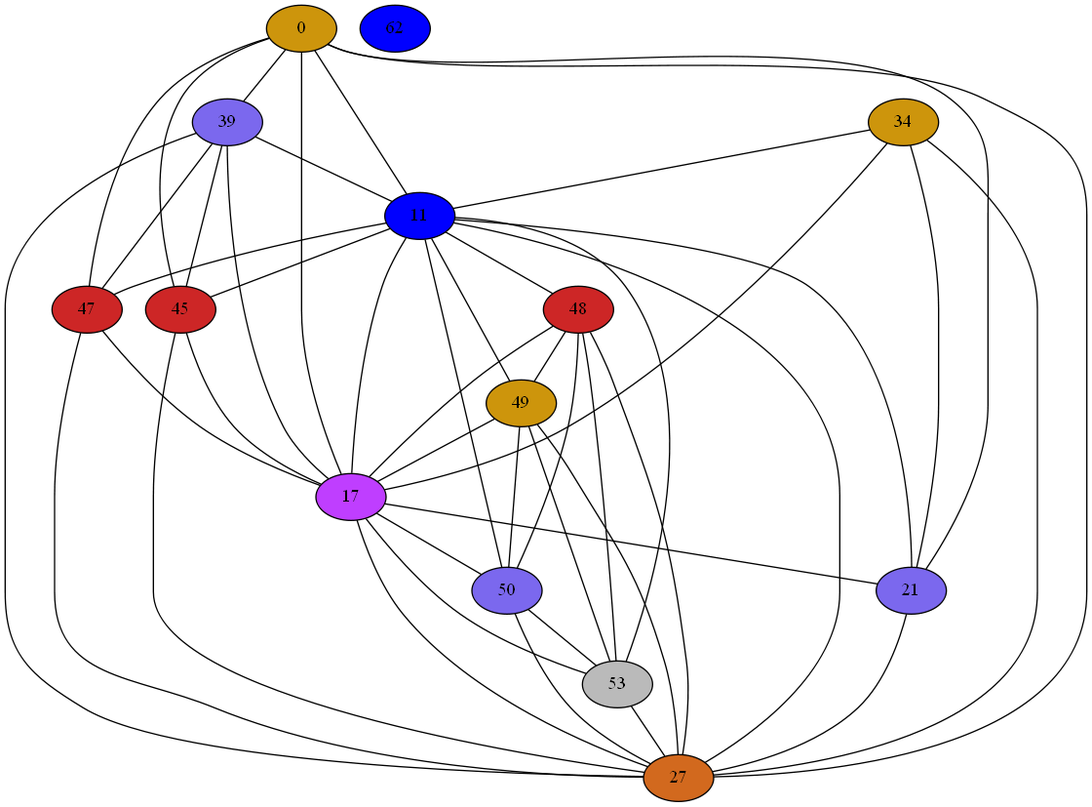
This is Compiler/18iGraph.png from mbajaj92/Project-Astoria, a Graphviz export, as it was before one commit. Its source is kept beside it as Compiler/18iGraph.dot.
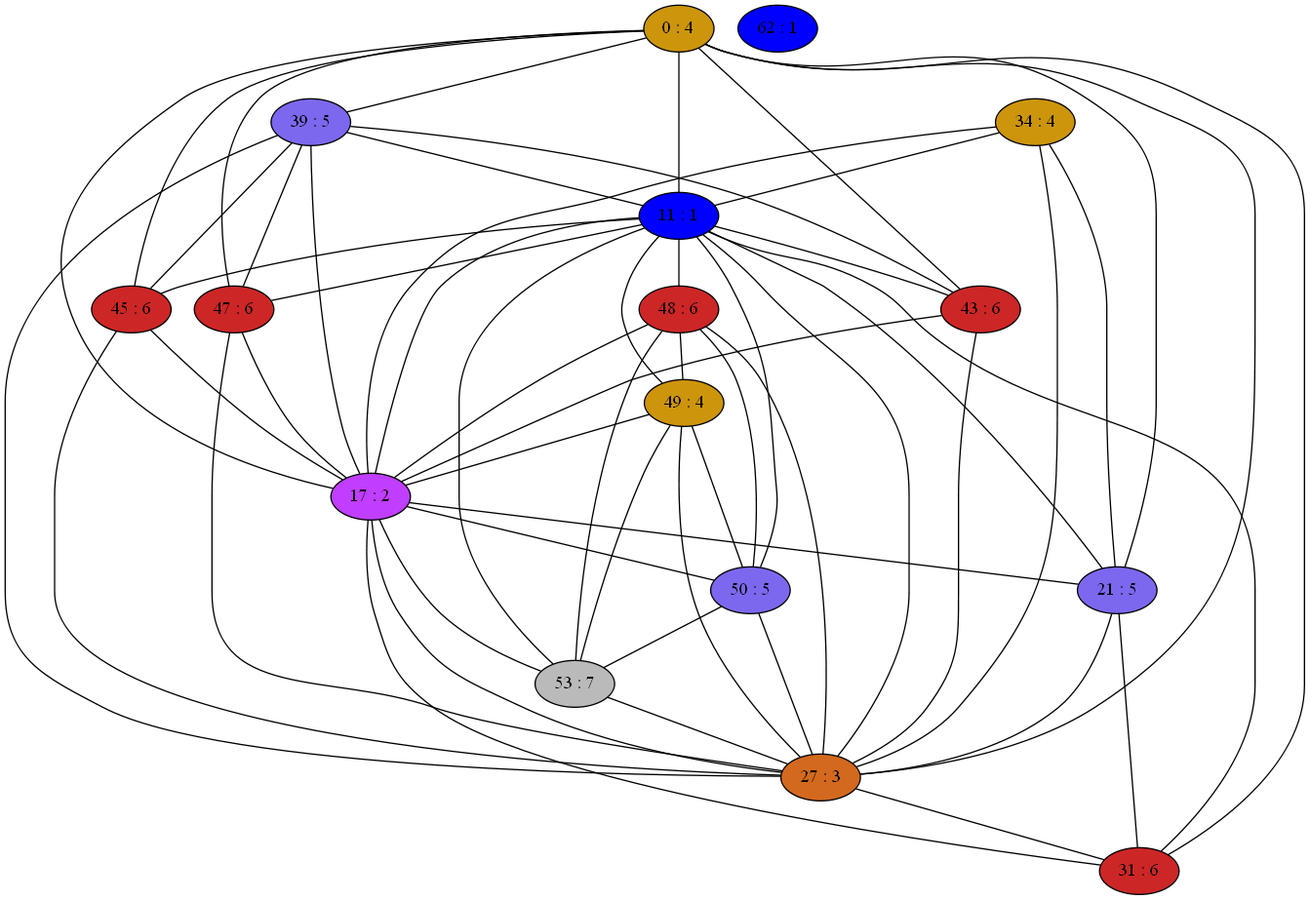
Above is the later version.

The edit, as a diff of the source:
```diff
@@ -1,108 +1,130 @@
 strict graph {
-0[label="0" style=filled fillcolor="darkgoldenrod3"];
+0[label="0 : 4" style=filled fillcolor="darkgoldenrod3"];
 0 -- 17
 0 -- 21
 0 -- 39
+0 -- 43
 0 -- 27
 0 -- 11
 0 -- 45
 0 -- 47
-34[label="34" style=filled fillcolor="darkgoldenrod3"];
+0 -- 31
+34[label="34 : 4" style=filled fillcolor="darkgoldenrod3"];
 34 -- 17
 34 -- 21
 34 -- 11
 34 -- 27
-39[label="39" style=filled fillcolor="mediumslateblue"];
+39[label="39 : 5" style=filled fillcolor="mediumslateblue"];
 39 -- 0
 39 -- 17
+39 -- 43
 39 -- 11
 39 -- 27
 39 -- 45
 39 -- 47
-11[label="11" style=filled fillcolor="blue1"];
+11[label="11 : 1" style=filled fillcolor="blue1"];
+11 -- 0
+11 -- 34
+11 -- 39
+11 -- 43
+11 -- 45
+11 -- 47
 11 -- 48
-11 -- 0
 11 -- 49
 11 -- 17
 11 -- 50
-11 -- 34
 11 -- 53
 11 -- 21
-11 -- 39
 11 -- 27
-11 -- 45
-11 -- 47
-45[label="45" style=filled fillcolor="firebrick3"];
+11 -- 31
+43[label="43 : 6" style=filled fillcolor="firebrick3"];
+43 -- 0
+43 -- 17
+43 -- 39
+43 -- 11
+43 -- 27
+45[label="45 : 6" style=filled fillcolor="firebrick3"];
 45 -- 0
 45 -- 17
 45 -- 39
 45 -- 11
 45 -- 27
-47[label="47" style=filled fillcolor="firebrick3"];
+47[label="47 : 6" style=filled fillcolor="firebrick3"];
 47 -- 0
 47 -- 17
 47 -- 39
 47 -- 11
 47 -- 27
-48[label="48" style=filled fillcolor="firebrick3"];
+48[label="48 : 6" style=filled fillcolor="firebrick3"];
 48 -- 49
 48 -- 17
 48 -- 50
 48 -- 53
 48 -- 11
 48 -- 27
-49[label="49" style=filled fillcolor="darkgoldenrod3"];
+49[label="49 : 4" style=filled fillcolor="darkgoldenrod3"];
 49 -- 48
 49 -- 17
 49 -- 50
 49 -- 53
 49 -- 11
 49 -- 27
-17[label="17" style=filled fillcolor="darkorchid1"];
-17 -- 48
+17[label="17 : 2" style=filled fillcolor="darkorchid1"];
 17 -- 0
-17 -- 49
-17 -- 50
 17 -- 34
-17 -- 53
-17 -- 21
 17 -- 39
-17 -- 27
+17 -- 43
 17 -- 11
 17 -- 45
 17 -- 47
-50[label="50" style=filled fillcolor="mediumslateblue"];
+17 -- 48
+17 -- 49
+17 -- 50
+17 -- 53
+17 -- 21
+17 -- 27
+17 -- 31
+50[label="50 : 5" style=filled fillcolor="mediumslateblue"];
 50 -- 48
 50 -- 49
 50 -- 17
 50 -- 53
 50 -- 11
 50 -- 27
-53[label="53" style=filled fillcolor="gray73"];
+53[label="53 : 7" style=filled fillcolor="gray73"];
 53 -- 48
 53 -- 49
 53 -- 17
 53 -- 50
 53 -- 11
 53 -- 27
-21[label="21" style=filled fillcolor="mediumslateblue"];
+21[label="21 : 5" style=filled fillcolor="mediumslateblue"];
 21 -- 0
 21 -- 17
 21 -- 34
 21 -- 27
 21 -- 11
-27[label="27" style=filled fillcolor="chocolate"];
+21 -- 31
+27[label="27 : 3" style=filled fillcolor="chocolate"];
+27 -- 0
+27 -- 34
+27 -- 39
+27 -- 43
+27 -- 11
+27 -- 45
+27 -- 47
 27 -- 48
-27 -- 0
 27 -- 49
 27 -- 17
 27 -- 50
-27 -- 34
 27 -- 53
 27 -- 21
-27 -- 39
-27 -- 11
-27 -- 45
-27 -- 47
-62[label="62" style=filled fillcolor="blue1"];
+27 -- 31
+62[label="62 : 1" style=filled fillcolor="blue1"];
+31[label="31 : 6" style=filled fillcolor="firebrick3"];
+31 -- 0
+31 -- 17
+31 -- 21
+31 -- 11
+31 -- 27
 }
```
